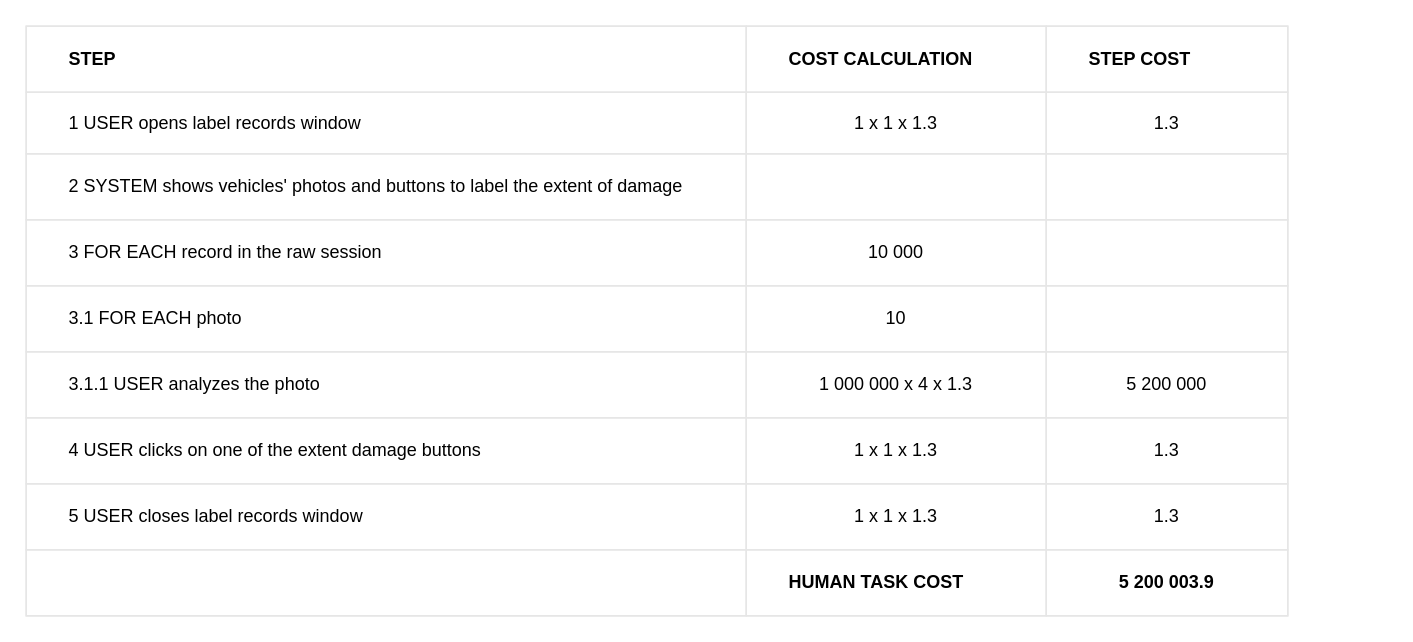
Before: label records (Bello)/label_records_table.drawio in BaffoBello14/AutomaticDamagesRecognition, a draw.io diagram. Source tidied: cells renumbered, new cells numbered last; positions are measured from the earlier drawing's top-left corner, leaving out a move shared by most shapes. Both pictures are drawn from the tidied source at 150%, with x=0, y=0 at pixel (26, 26).
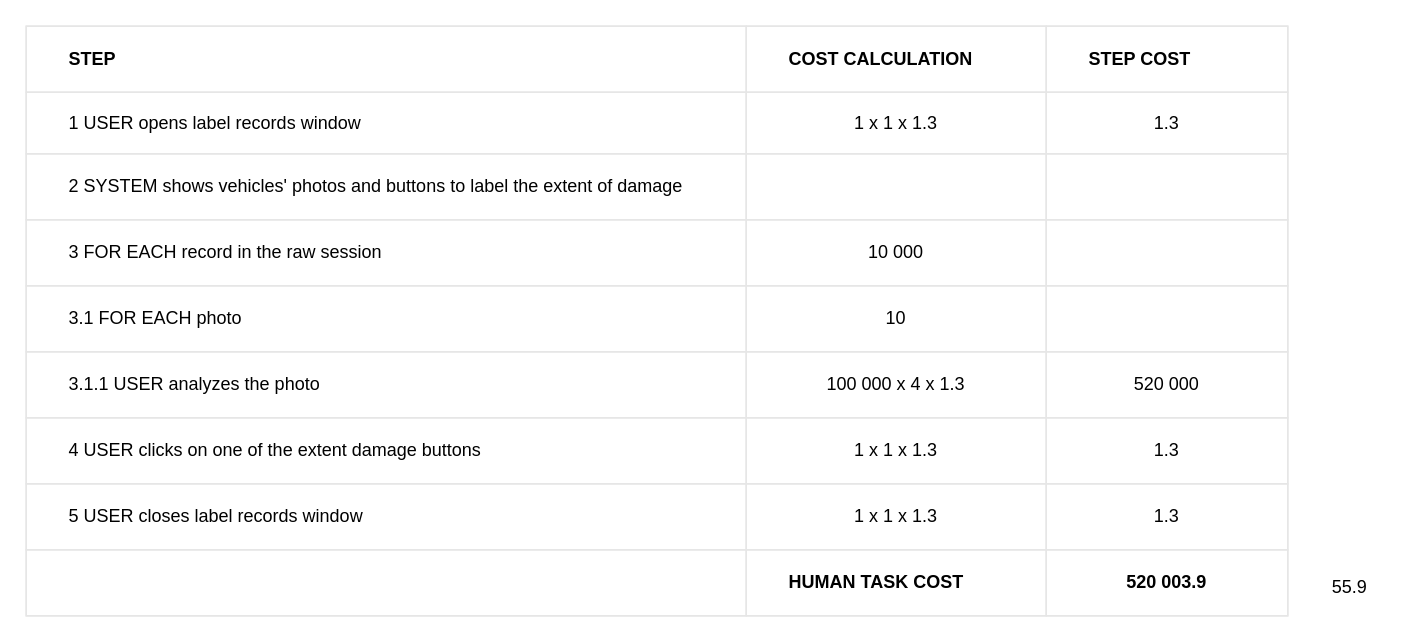
The same diagram, later.

Commit message:
Update label_records_table.drawio with new dimensions and values

The change refers to these unchanged cells:
```xml
<mxCell id="23" style="shape=tableRow;horizontal=0;startSize=0;swimlaneHead=0;swimlaneBody=0;top=0;left=0;bottom=0;right=0;fontStyle=0;fillColor=none;strokeColor=inherit;" parent="2" vertex="1">
  <mxGeometry y="217" width="841" height="44" as="geometry" />
</mxCell>
<mxCell id="35" style="shape=tableRow;horizontal=0;startSize=0;swimlaneHead=0;swimlaneBody=0;top=0;left=0;bottom=0;right=0;fontStyle=0;fillColor=none;strokeColor=inherit;" parent="2" vertex="1">
  <mxGeometry y="349" width="841" height="44" as="geometry" />
</mxCell>
```

Change to the diagram source:
```diff
@@
-    <mxCell id="25" value="1 000 000 x 4 x 1.3" style="strokeColor=inherit;fillColor=none;align=center;whiteSpace=wrap;html=1;" parent="23" vertex="1">
+    <mxCell id="25" value="100 000 x 4 x 1.3" style="strokeColor=inherit;fillColor=none;align=center;whiteSpace=wrap;html=1;" parent="23" vertex="1">
       <mxGeometry x="480" width="200" height="44" as="geometry" />
     </mxCell>
-    <mxCell id="26" value="5 200 000" style="strokeColor=inherit;fillColor=none;align=center;whiteSpace=wrap;html=1;" parent="23" vertex="1">
+    <mxCell id="26" value="520 000" style="strokeColor=inherit;fillColor=none;align=center;whiteSpace=wrap;html=1;" parent="23" vertex="1">
       <mxGeometry x="680" width="161" height="44" as="geometry" />
     </mxCell>
@@
-    <mxCell id="38" value="&lt;b&gt;5 200 003.9&lt;/b&gt;" style="strokeColor=inherit;fillColor=none;align=center;whiteSpace=wrap;html=1;" parent="35" vertex="1">
+    <mxCell id="38" value="&lt;b&gt;520 003.9&lt;/b&gt;" style="strokeColor=inherit;fillColor=none;align=center;whiteSpace=wrap;html=1;" parent="35" vertex="1">
       <mxGeometry x="680" width="161" height="44" as="geometry" />
     </mxCell>
+    <mxCell id="39" value="55.9" style="text;html=1;align=center;verticalAlign=middle;strokeColor=none;fillColor=none;" parent="1" vertex="1">
+      <mxGeometry x="857" y="359" width="50" height="30" as="geometry" />
+    </mxCell>
```
